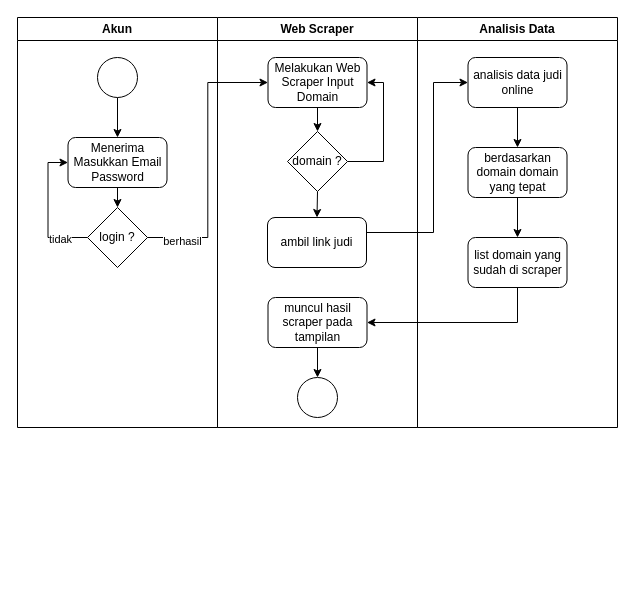
Earlier version of the draw.io diagram page "Halaman-4" (4 of 6) of Diagram Tanpa Judul.drawio (CyberFullStackDeveloperArr/coba). Source tidied: cells renumbered, new cells numbered last; positions are measured from the earlier drawing's top-left corner, leaving out a move shared by most shapes. Both pictures are drawn from the tidied source at 100%, with x=0, y=0 at pixel (17, 17).
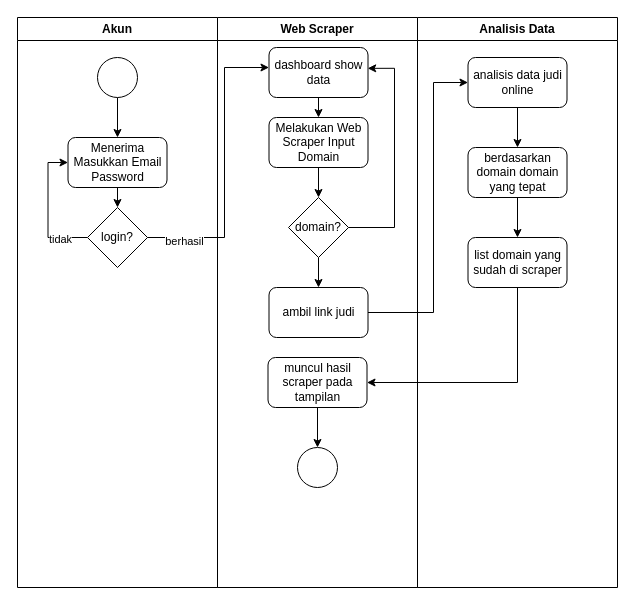
Above is the later version.

The change refers to these unchanged cells:
```xml
<mxCell id="22" value="analisis data judi online" style="rounded=1;whiteSpace=wrap;html=1;" parent="20" vertex="1">
  <mxGeometry x="50.5" y="40" width="99" height="50" as="geometry" />
</mxCell>
```

The edit, as a diff of the source:
```diff
@@
     <mxCell id="2" value="Akun" style="swimlane;whiteSpace=wrap;html=1;" parent="1" vertex="1">
-      <mxGeometry width="200" height="410" as="geometry" />
+      <mxGeometry width="200" height="570" as="geometry" />
     </mxCell>
@@
-    <mxCell id="9" value="login ?" style="rhombus;whiteSpace=wrap;html=1;" parent="2" vertex="1">
+    <mxCell id="9" value="login?" style="rhombus;whiteSpace=wrap;html=1;" parent="2" vertex="1">
       <mxGeometry x="70" y="190" width="60" height="60" as="geometry" />
     </mxCell>
     <mxCell id="10" value="Web Scraper" style="swimlane;whiteSpace=wrap;html=1;" parent="1" vertex="1">
-      <mxGeometry x="200" width="200" height="410" as="geometry" />
+      <mxGeometry x="200" width="200" height="570" as="geometry" />
     </mxCell>
@@
     <mxCell id="12" value="Melakukan Web Scraper Input Domain" style="rounded=1;whiteSpace=wrap;html=1;" parent="10" vertex="1">
-      <mxGeometry x="50.5" y="40" width="99" height="50" as="geometry" />
+      <mxGeometry x="51.5" y="100" width="99" height="50" as="geometry" />
     </mxCell>
-    <mxCell id="13" style="edgeStyle=orthogonalEdgeStyle;rounded=0;jettySize=auto;html=1;exitX=1;exitY=0.5;exitDx=0;exitDy=0;entryX=1;entryY=0.5;entryDx=0;entryDy=0;" parent="10" edge="1" source="15" target="12">
-      <mxGeometry relative="1" as="geometry">
-        <Array as="points">
-          <mxPoint x="166" y="144" />
-          <mxPoint x="166" y="65" />
-        </Array>
-      </mxGeometry>
-    </mxCell>
@@
-    <mxCell id="15" value="domain ?" style="rhombus;whiteSpace=wrap;html=1;" parent="10" vertex="1">
-      <mxGeometry x="70" y="114" width="60" height="60" as="geometry" />
+    <mxCell id="15" value="domain?" style="rhombus;whiteSpace=wrap;html=1;" parent="10" vertex="1">
+      <mxGeometry x="71" y="180" width="60" height="60" as="geometry" />
     </mxCell>
     <mxCell id="16" value="ambil link judi" style="rounded=1;whiteSpace=wrap;html=1;" parent="10" vertex="1">
-      <mxGeometry x="50" y="200" width="99" height="50" as="geometry" />
+      <mxGeometry x="51.5" y="270" width="99" height="50" as="geometry" />
     </mxCell>
@@
     <mxCell id="18" value="muncul hasil scraper pada tampilan" style="rounded=1;whiteSpace=wrap;html=1;" parent="10" vertex="1">
-      <mxGeometry x="50.5" y="280" width="99" height="50" as="geometry" />
+      <mxGeometry x="50.5" y="340" width="99" height="50" as="geometry" />
     </mxCell>
     <mxCell id="19" style="ellipse;whiteSpace=wrap;html=1;" parent="10" vertex="1">
-      <mxGeometry x="80" y="360" width="40" height="40" as="geometry" />
+      <mxGeometry x="80" y="430" width="40" height="40" as="geometry" />
     </mxCell>
+    <mxCell id="30" value="dashboard show data" style="rounded=1;whiteSpace=wrap;html=1;" parent="10" vertex="1">
+      <mxGeometry x="51.5" y="30" width="99" height="50" as="geometry" />
+    </mxCell>
+    <mxCell id="31" style="edgeStyle=orthogonalEdgeStyle;rounded=0;jettySize=auto;html=1;exitX=1;exitY=0.5;exitDx=0;exitDy=0;entryX=0.997;entryY=0.417;entryDx=0;entryDy=0;entryPerimeter=0;" parent="10" edge="1" source="15" target="30">
+      <mxGeometry relative="1" as="geometry">
+        <Array as="points">
+          <mxPoint x="177" y="210" />
+          <mxPoint x="177" y="51" />
+        </Array>
+      </mxGeometry>
+    </mxCell>
+    <mxCell id="32" style="endArrow=classic;html=1;rounded=0;exitX=0.5;exitY=1;exitDx=0;exitDy=0;entryX=0.5;entryY=0;entryDx=0;entryDy=0;" parent="10" edge="1" source="30" target="12">
+      <mxGeometry relative="1" as="geometry" />
+    </mxCell>
     <mxCell id="20" value="Analisis Data" style="swimlane;whiteSpace=wrap;html=1;startSize=23;" parent="1" vertex="1">
-      <mxGeometry x="400" width="200" height="410" as="geometry" />
+      <mxGeometry x="400" width="200" height="570" as="geometry" />
     </mxCell>
@@
-    <mxCell id="26" style="edgeStyle=orthogonalEdgeStyle;rounded=0;jettySize=auto;html=1;exitX=1;exitY=0.5;exitDx=0;exitDy=0;entryX=0;entryY=0.5;entryDx=0;entryDy=0;" parent="1" edge="1" source="9" target="12">
-      <mxGeometry relative="1" as="geometry" />
+    <mxCell id="26" style="edgeStyle=orthogonalEdgeStyle;rounded=0;jettySize=auto;html=1;exitX=1;exitY=0.5;exitDx=0;exitDy=0;" parent="1" edge="1" source="9" target="30">
+      <mxGeometry relative="1" as="geometry">
+        <Array as="points">
+          <mxPoint x="207" y="220" />
+          <mxPoint x="207" y="50" />
+        </Array>
+      </mxGeometry>
     </mxCell>
@@
     <mxCell id="28" style="edgeStyle=orthogonalEdgeStyle;rounded=0;jettySize=auto;html=1;exitX=1;exitY=0.5;exitDx=0;exitDy=0;entryX=0;entryY=0.5;entryDx=0;entryDy=0;" parent="1" edge="1" source="16" target="22">
       <mxGeometry relative="1" as="geometry">
         <Array as="points">
-          <mxPoint x="416" y="215" />
+          <mxPoint x="416" y="295" />
           <mxPoint x="416" y="65" />
         </Array>
       </mxGeometry>
     </mxCell>
```
